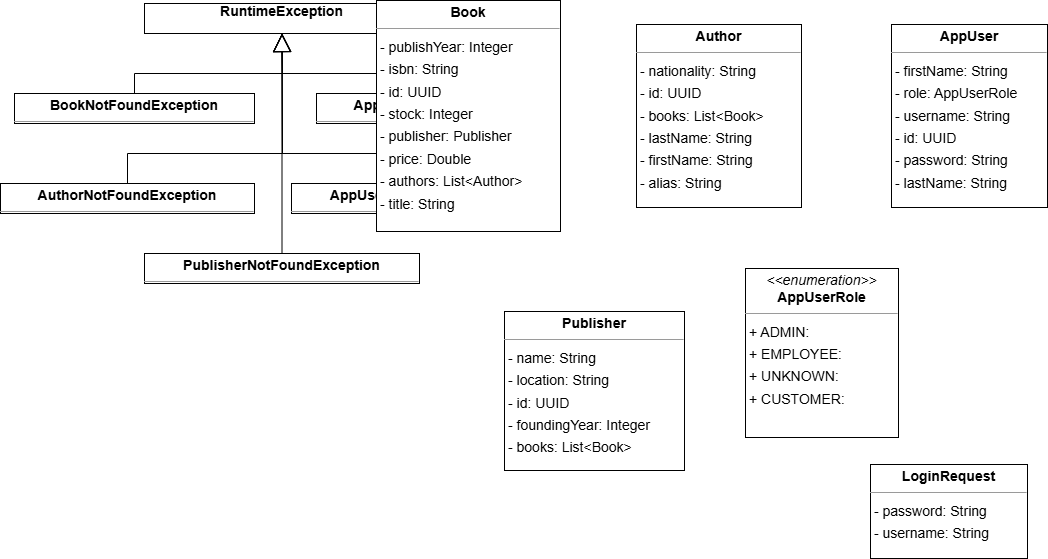
The draw.io diagram pics/exception_hierarchy.png in l7aur/Library-Management-System, before a commit. Source tidied: cells renumbered, new cells last; positions are measured from the earlier drawing's top-left corner, leaving out a move shared by most shapes.
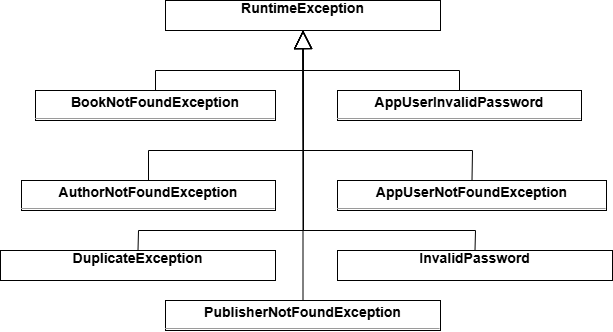
The same diagram one commit later.

The edit, as a diff of the source:
```diff
@@ -6,7 +6,7 @@
       <mxGeometry x="316" y="93" width="244" height="30" as="geometry" />
     </mxCell>
     <mxCell id="3" value="&lt;p style=&quot;margin:0px;margin-top:4px;text-align:center;&quot;&gt;&lt;b&gt;AppUserNotFoundException&lt;/b&gt;&lt;/p&gt;&lt;hr size=&quot;1&quot;/&gt;" style="verticalAlign=top;align=left;overflow=fill;fontSize=14;fontFamily=Helvetica;html=1;rounded=0;shadow=0;comic=0;labelBackgroundColor=none;strokeWidth=1;" parent="1" vertex="1">
-      <mxGeometry x="291" y="183" width="269" height="30" as="geometry" />
+      <mxGeometry x="316" y="183" width="269" height="30" as="geometry" />
     </mxCell>
     <mxCell id="4" value="&lt;p style=&quot;margin:0px;margin-top:4px;text-align:center;&quot;&gt;&lt;b&gt;AuthorNotFoundException&lt;/b&gt;&lt;/p&gt;&lt;hr size=&quot;1&quot;/&gt;" style="verticalAlign=top;align=left;overflow=fill;fontSize=14;fontFamily=Helvetica;html=1;rounded=0;shadow=0;comic=0;labelBackgroundColor=none;strokeWidth=1;" parent="1" vertex="1">
       <mxGeometry y="183" width="254" height="30" as="geometry" />
@@ -15,7 +15,7 @@
       <mxGeometry x="14" y="93" width="240" height="30" as="geometry" />
     </mxCell>
     <mxCell id="6" value="&lt;p style=&quot;margin:0px;margin-top:4px;text-align:center;&quot;&gt;&lt;b&gt;PublisherNotFoundException&lt;/b&gt;&lt;/p&gt;&lt;hr size=&quot;1&quot;/&gt;" style="verticalAlign=top;align=left;overflow=fill;fontSize=14;fontFamily=Helvetica;html=1;rounded=0;shadow=0;comic=0;labelBackgroundColor=none;strokeWidth=1;" parent="1" vertex="1">
-      <mxGeometry x="144" y="253" width="275" height="30" as="geometry" />
+      <mxGeometry x="144" y="303" width="275" height="30" as="geometry" />
     </mxCell>
     <mxCell id="7" value="&lt;div style=&quot;text-align: center;&quot;&gt;&lt;b style=&quot;background-color: transparent; color: light-dark(rgb(0, 0, 0), rgb(255, 255, 255));&quot;&gt;RuntimeException&lt;/b&gt;&lt;/div&gt;&lt;p style=&quot;margin:0px;margin-top:4px;text-align:center;&quot;&gt;&lt;/p&gt;" style="verticalAlign=top;align=left;overflow=fill;fontSize=14;fontFamily=Helvetica;html=1;rounded=0;shadow=0;comic=0;labelBackgroundColor=none;strokeWidth=1;" parent="1" vertex="1">
       <mxGeometry x="144" y="3" width="275" height="30" as="geometry" />
@@ -42,7 +42,7 @@
     <mxCell id="11" style="endArrow=block;endSize=16;endFill=0;html=1;rounded=0;entryX=0.5;entryY=1;entryDx=0;entryDy=0;exitX=0.5;exitY=0;exitDx=0;exitDy=0;" parent="1" edge="1" source="3" target="7">
       <mxGeometry x="0.25" y="10" relative="1" as="geometry">
         <Array as="points">
-          <mxPoint x="426" y="153" />
+          <mxPoint x="451" y="153" />
           <mxPoint x="282" y="153" />
         </Array>
       </mxGeometry>
@@ -55,23 +55,27 @@
         </Array>
       </mxGeometry>
     </mxCell>
-    <mxCell id="13" value="&lt;p style=&quot;margin:0px;margin-top:4px;text-align:center;&quot;&gt;&lt;b&gt;AppUser&lt;/b&gt;&lt;/p&gt;&lt;hr size=&quot;1&quot;/&gt;&lt;p style=&quot;margin:0 0 0 4px;line-height:1.6;&quot;&gt;- firstName: String&lt;br/&gt;- role: AppUserRole&lt;br/&gt;- username: String&lt;br/&gt;- id: UUID&lt;br/&gt;- password: String&lt;br/&gt;- lastName: String&lt;/p&gt;" style="verticalAlign=top;align=left;overflow=fill;fontSize=14;fontFamily=Helvetica;html=1;rounded=0;shadow=0;comic=0;labelBackgroundColor=none;strokeWidth=1;" parent="1" vertex="1">
-      <mxGeometry x="891" y="24" width="156" height="183" as="geometry" />
-    </mxCell>
-    <mxCell id="14" value="&lt;p style=&quot;margin:0px;margin-top:4px;text-align:center;&quot;&gt;&lt;i&gt;&amp;lt;&amp;lt;enumeration&amp;gt;&amp;gt;&lt;/i&gt;&lt;br/&gt;&lt;b&gt;AppUserRole&lt;/b&gt;&lt;/p&gt;&lt;hr size=&quot;1&quot;/&gt;&lt;p style=&quot;margin:0 0 0 4px;line-height:1.6;&quot;&gt;+ ADMIN: &lt;br/&gt;+ EMPLOYEE: &lt;br/&gt;+ UNKNOWN: &lt;br/&gt;+ CUSTOMER: &lt;/p&gt;" style="verticalAlign=top;align=left;overflow=fill;fontSize=14;fontFamily=Helvetica;html=1;rounded=0;shadow=0;comic=0;labelBackgroundColor=none;strokeWidth=1;" parent="1" vertex="1">
-      <mxGeometry x="745" y="268" width="153" height="169" as="geometry" />
-    </mxCell>
-    <mxCell id="15" value="&lt;p style=&quot;margin:0px;margin-top:4px;text-align:center;&quot;&gt;&lt;b&gt;Author&lt;/b&gt;&lt;/p&gt;&lt;hr size=&quot;1&quot;/&gt;&lt;p style=&quot;margin:0 0 0 4px;line-height:1.6;&quot;&gt;- nationality: String&lt;br/&gt;- id: UUID&lt;br/&gt;- books: List&amp;lt;Book&amp;gt;&lt;br/&gt;- lastName: String&lt;br/&gt;- firstName: String&lt;br/&gt;- alias: String&lt;/p&gt;" style="verticalAlign=top;align=left;overflow=fill;fontSize=14;fontFamily=Helvetica;html=1;rounded=0;shadow=0;comic=0;labelBackgroundColor=none;strokeWidth=1;" parent="1" vertex="1">
-      <mxGeometry x="636" y="24" width="165" height="183" as="geometry" />
-    </mxCell>
-    <mxCell id="16" value="&lt;p style=&quot;margin:0px;margin-top:4px;text-align:center;&quot;&gt;&lt;b&gt;Book&lt;/b&gt;&lt;/p&gt;&lt;hr size=&quot;1&quot;/&gt;&lt;p style=&quot;margin:0 0 0 4px;line-height:1.6;&quot;&gt;- publishYear: Integer&lt;br/&gt;- isbn: String&lt;br/&gt;- id: UUID&lt;br/&gt;- stock: Integer&lt;br/&gt;- publisher: Publisher&lt;br/&gt;- price: Double&lt;br/&gt;- authors: List&amp;lt;Author&amp;gt;&lt;br/&gt;- title: String&lt;/p&gt;" style="verticalAlign=top;align=left;overflow=fill;fontSize=14;fontFamily=Helvetica;html=1;rounded=0;shadow=0;comic=0;labelBackgroundColor=none;strokeWidth=1;" parent="1" vertex="1">
-      <mxGeometry x="376" width="184" height="231" as="geometry" />
-    </mxCell>
-    <mxCell id="17" value="&lt;p style=&quot;margin:0px;margin-top:4px;text-align:center;&quot;&gt;&lt;b&gt;LoginRequest&lt;/b&gt;&lt;/p&gt;&lt;hr size=&quot;1&quot;/&gt;&lt;p style=&quot;margin:0 0 0 4px;line-height:1.6;&quot;&gt;- password: String&lt;br/&gt;- username: String&lt;/p&gt;" style="verticalAlign=top;align=left;overflow=fill;fontSize=14;fontFamily=Helvetica;html=1;rounded=0;shadow=0;comic=0;labelBackgroundColor=none;strokeWidth=1;" parent="1" vertex="1">
-      <mxGeometry x="870" y="464" width="157" height="94" as="geometry" />
-    </mxCell>
-    <mxCell id="18" value="&lt;p style=&quot;margin:0px;margin-top:4px;text-align:center;&quot;&gt;&lt;b&gt;Publisher&lt;/b&gt;&lt;/p&gt;&lt;hr size=&quot;1&quot;/&gt;&lt;p style=&quot;margin:0 0 0 4px;line-height:1.6;&quot;&gt;- name: String&lt;br/&gt;- location: String&lt;br/&gt;- id: UUID&lt;br/&gt;- foundingYear: Integer&lt;br/&gt;- books: List&amp;lt;Book&amp;gt;&lt;/p&gt;" style="verticalAlign=top;align=left;overflow=fill;fontSize=14;fontFamily=Helvetica;html=1;rounded=0;shadow=0;comic=0;labelBackgroundColor=none;strokeWidth=1;" parent="1" vertex="1">
-      <mxGeometry x="504" y="311" width="180" height="159" as="geometry" />
-    </mxCell>
+    <mxCell id="19" value="&lt;div style=&quot;text-align: center;&quot;&gt;&lt;b style=&quot;background-color: transparent; color: light-dark(rgb(0, 0, 0), rgb(255, 255, 255));&quot;&gt;DuplicateException&lt;/b&gt;&lt;/div&gt;&lt;p style=&quot;margin:0px;margin-top:4px;text-align:center;&quot;&gt;&lt;/p&gt;" style="verticalAlign=top;align=left;overflow=fill;fontSize=14;fontFamily=Helvetica;html=1;rounded=0;shadow=0;comic=0;labelBackgroundColor=none;strokeWidth=1;" parent="1" vertex="1">
+      <mxGeometry x="-21" y="253" width="275" height="30" as="geometry" />
+    </mxCell>
+    <mxCell id="20" value="&lt;div style=&quot;text-align: center;&quot;&gt;&lt;b style=&quot;background-color: transparent; color: light-dark(rgb(0, 0, 0), rgb(255, 255, 255));&quot;&gt;InvalidPassword&lt;/b&gt;&lt;/div&gt;&lt;p style=&quot;margin:0px;margin-top:4px;text-align:center;&quot;&gt;&lt;/p&gt;" style="verticalAlign=top;align=left;overflow=fill;fontSize=14;fontFamily=Helvetica;html=1;rounded=0;shadow=0;comic=0;labelBackgroundColor=none;strokeWidth=1;" parent="1" vertex="1">
+      <mxGeometry x="316" y="253" width="275" height="30" as="geometry" />
+    </mxCell>
+    <mxCell id="21" style="endArrow=block;endSize=16;endFill=0;html=1;rounded=0;entryX=0.5;entryY=1;entryDx=0;entryDy=0;exitX=0.5;exitY=0;exitDx=0;exitDy=0;" parent="1" edge="1" source="19" target="7">
+      <mxGeometry x="0.25" y="10" relative="1" as="geometry">
+        <Array as="points">
+          <mxPoint x="117" y="233" />
+          <mxPoint x="282" y="233" />
+        </Array>
+      </mxGeometry>
+    </mxCell>
+    <mxCell id="22" style="endArrow=block;endSize=16;endFill=0;html=1;rounded=0;entryX=0.5;entryY=1;entryDx=0;entryDy=0;exitX=0.5;exitY=0;exitDx=0;exitDy=0;" parent="1" edge="1" source="20" target="7">
+      <mxGeometry x="0.25" y="10" relative="1" as="geometry">
+        <Array as="points">
+          <mxPoint x="454" y="233" />
+          <mxPoint x="282" y="233" />
+        </Array>
+      </mxGeometry>
+    </mxCell>
   </root>
 </mxGraphModel>
```
